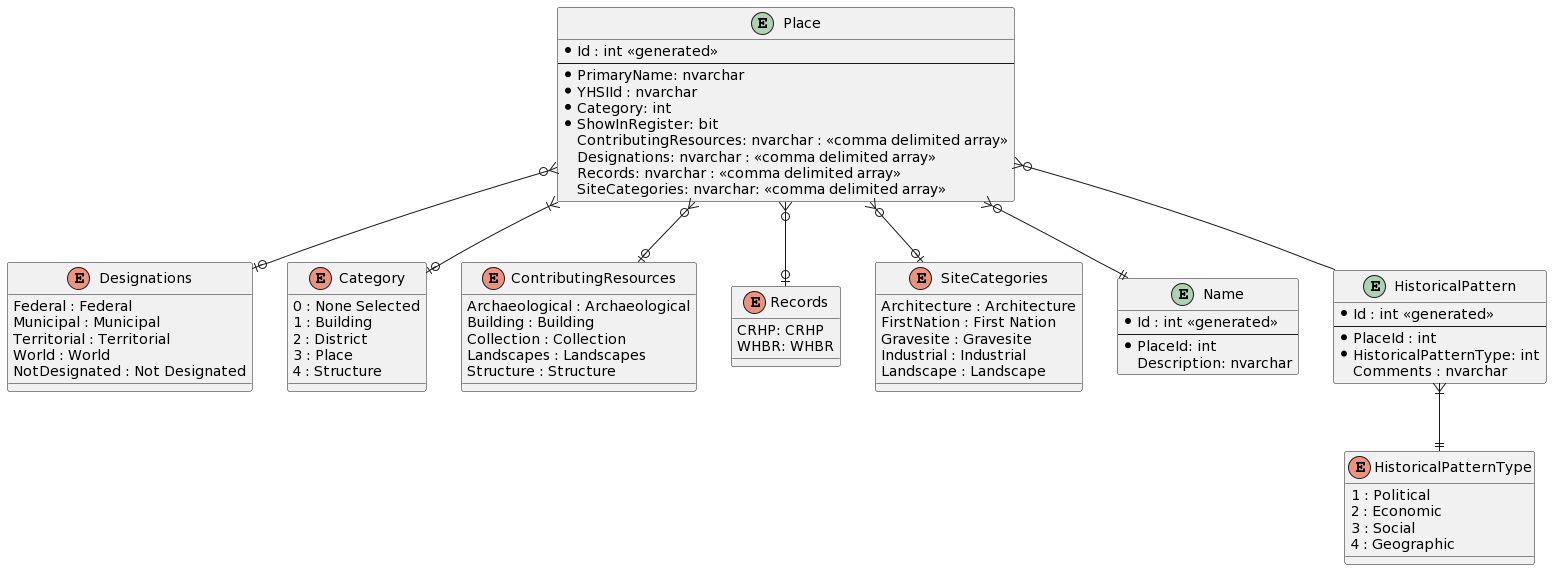
The PlantUML diagram Design/change-tracking-and-approvals-data-modeling.png in ytgov/yhsi, before a commit. Its diagram source:
```plantuml
@startuml
entity "Place" as place {
  * Id : int <<generated>>
  --
  * PrimaryName: nvarchar
  * YHSIId : nvarchar
  * Category: int
  * ShowInRegister: bit
  ContributingResources: nvarchar : <<comma delimited array>>
  Designations: nvarchar : <<comma delimited array>>
  Records: nvarchar : <<comma delimited array>>
  SiteCategories: nvarchar: <<comma delimited array>>
}

enum "Designations" as designations {
  Federal : Federal
  Municipal : Municipal
  Territorial : Territorial
  World : World
  NotDesignated : Not Designated
}

enum "Category" as category {
  0 : None Selected
  1 : Building
  2 : District
  3 : Place
  4 : Structure
}

enum "ContributingResources" as contributing_resources {
  Archaeological : Archaeological
  Building : Building
  Collection : Collection
  Landscapes : Landscapes
  Structure : Structure
}

enum "Records" as records {
  CRHP: CRHP
  WHBR: WHBR
}

enum "SiteCategories" as site_categories {
  Architecture : Architecture
  FirstNation : First Nation
  Gravesite : Gravesite
  Industrial : Industrial
  Landscape : Landscape
}

entity "Name" as name {
  * Id : int <<generated>>
  --
  * PlaceId: int
  Description: nvarchar
}

entity "HistoricalPattern" as historical_pattern {
  * Id : int <<generated>>
  --
  * PlaceId : int
  * HistoricalPatternType: int
  Comments : nvarchar
}

enum "HistoricalPatternType" as historical_pattern_type {
  1 : Political
  2 : Economic
  3 : Social
  4 : Geographic
}

place }o--o| designations
place }|--o| category
place }o--o| records
place }o--o| contributing_resources
place }o--o| site_categories
place }o--|| name
place }o--historical_pattern
historical_pattern }|--|| historical_pattern_type
@enduml
```
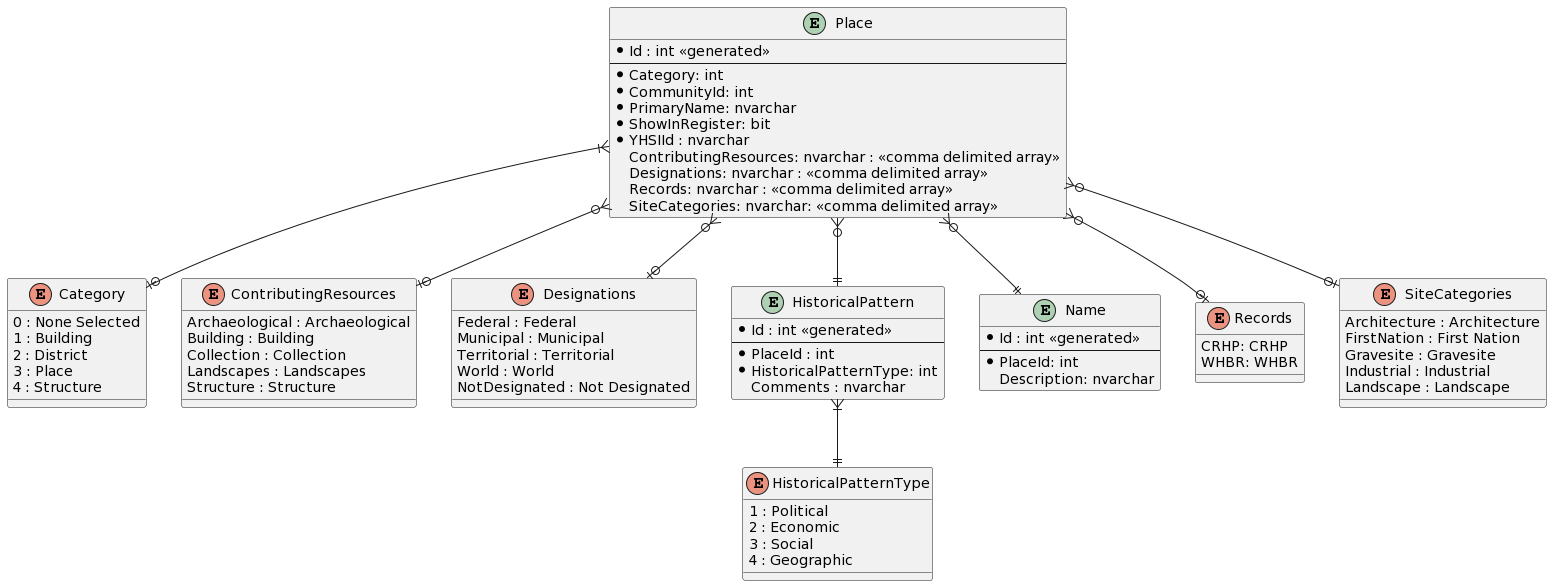
The same diagram one commit later.

Commit message:
:abc: Alphabetize data modeling for easier searching; I'm adding a lot more.

Diff of the diagram source:
```diff
@@ -2,22 +2,15 @@
 entity "Place" as place {
   * Id : int <<generated>>
   --
+  * Category: int
+  * CommunityId: int
   * PrimaryName: nvarchar
+  * ShowInRegister: bit
   * YHSIId : nvarchar
-  * Category: int
-  * ShowInRegister: bit
   ContributingResources: nvarchar : <<comma delimited array>>
   Designations: nvarchar : <<comma delimited array>>
   Records: nvarchar : <<comma delimited array>>
   SiteCategories: nvarchar: <<comma delimited array>>
-}
-
-enum "Designations" as designations {
-  Federal : Federal
-  Municipal : Municipal
-  Territorial : Territorial
-  World : World
-  NotDesignated : Not Designated
 }
 
 enum "Category" as category {
@@ -36,24 +29,12 @@
   Structure : Structure
 }
 
-enum "Records" as records {
-  CRHP: CRHP
-  WHBR: WHBR
-}
-
-enum "SiteCategories" as site_categories {
-  Architecture : Architecture
-  FirstNation : First Nation
-  Gravesite : Gravesite
-  Industrial : Industrial
-  Landscape : Landscape
-}
-
-entity "Name" as name {
-  * Id : int <<generated>>
-  --
-  * PlaceId: int
-  Description: nvarchar
+enum "Designations" as designations {
+  Federal : Federal
+  Municipal : Municipal
+  Territorial : Territorial
+  World : World
+  NotDesignated : Not Designated
 }
 
 entity "HistoricalPattern" as historical_pattern {
@@ -71,12 +52,32 @@
   4 : Geographic
 }
 
+entity "Name" as name {
+  * Id : int <<generated>>
+  --
+  * PlaceId: int
+  Description: nvarchar
+}
+
+enum "Records" as records {
+  CRHP: CRHP
+  WHBR: WHBR
+}
+
+enum "SiteCategories" as site_categories {
+  Architecture : Architecture
+  FirstNation : First Nation
+  Gravesite : Gravesite
+  Industrial : Industrial
+  Landscape : Landscape
+}
+
+place }|--o| category
+place }o--o| contributing_resources
 place }o--o| designations
-place }|--o| category
+place }o--|| historical_pattern
+place }o--|| name
 place }o--o| records
-place }o--o| contributing_resources
 place }o--o| site_categories
-place }o--|| name
-place }o--historical_pattern
 historical_pattern }|--|| historical_pattern_type
 @enduml
```
